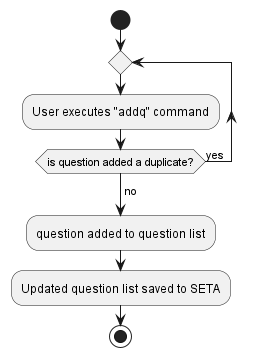
The PlantUML diagram docs/images/AddQActivityDiagram.png in nus-cs2103-AY2223S1/tp, before a commit.
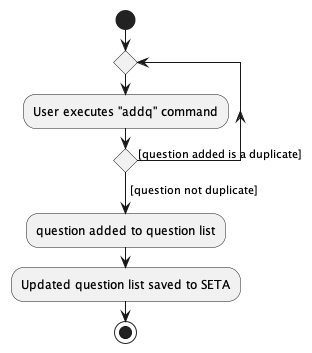
The same diagram one commit later.

Diff of the diagram source:
```diff
@@ -3,8 +3,8 @@
 
 repeat
 :User executes "addq" command;
-repeat while (is question added a duplicate?) is (yes)
--> no;
+repeat while () is ([question added is a duplicate])
+-> [question not duplicate];
 
 :question added to question list;
 
```
